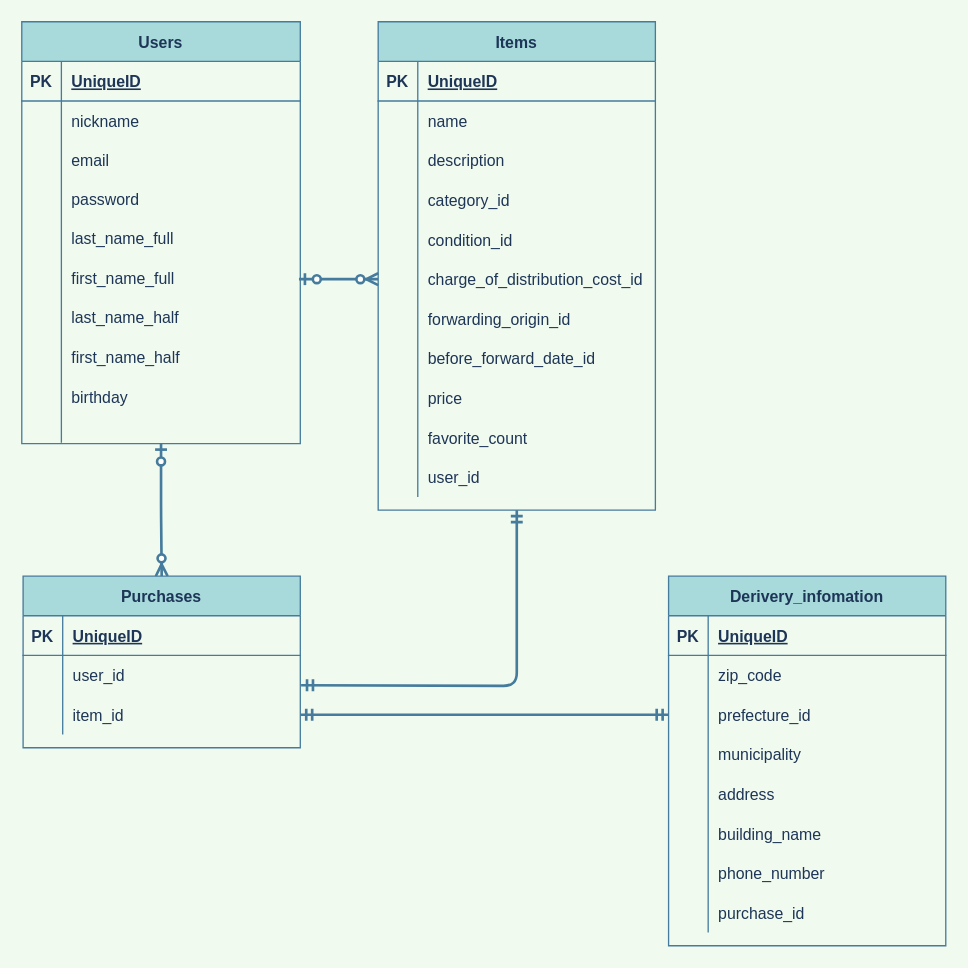
Above: ER.dio in konno-tech/furima-31063 (draw.io), before the change. Source tidied: cells renumbered, new cells numbered last; positions are measured from the earlier drawing's top-left corner, leaving out a move shared by most shapes. Both pictures are drawn from the tidied source at 132%, with x=0, y=0 at pixel (21, 21).
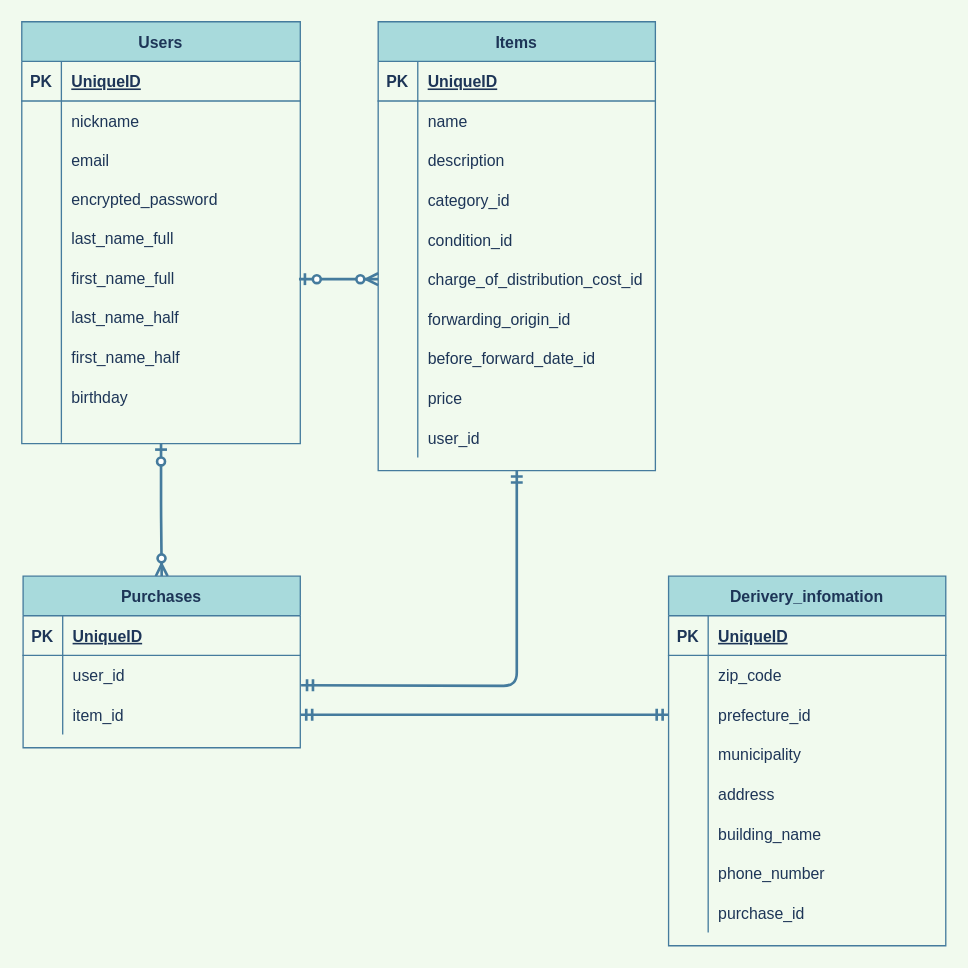
The same diagram, later.

Commit message (it also covers changes not shown here):
ER図・READMEへのテーブル設計記述_提出3回目

The change refers to these unchanged cells:
```xml
<mxCell id="12" style="shape=partialRectangle;fillColor=none;top=0;left=0;bottom=0;right=0;strokeColor=#457B9D;fontColor=#1D3557;" parent="2" vertex="1">
  <mxGeometry y="120" width="211" height="29" as="geometry" />
</mxCell>
```

The edit, as a diff of the source:
```diff
@@
-    <mxCell id="14" value="password" style="shape=partialRectangle;fillColor=none;top=0;left=0;bottom=0;right=0;align=left;spacingLeft=6;overflow=hidden;strokeColor=#457B9D;fontColor=#1D3557;" parent="12" vertex="1">
+    <mxCell id="14" value="encrypted_password" style="shape=partialRectangle;fillColor=none;top=0;left=0;bottom=0;right=0;align=left;spacingLeft=6;overflow=hidden;strokeColor=#457B9D;fontColor=#1D3557;" parent="12" vertex="1">
       <mxGeometry x="30" width="181" height="29" as="geometry" />
     </mxCell>
@@
     <mxCell id="35" value="Items" style="shape=table;startSize=30;childLayout=tableLayout;rowLines=0;fontStyle=1;align=center;fillColor=#A8DADC;strokeColor=#457B9D;fontColor=#1D3557;" parent="1" vertex="1">
-      <mxGeometry x="270" width="210" height="370" as="geometry" />
+      <mxGeometry x="270" width="210" height="340" as="geometry" />
     </mxCell>
@@
-    <mxCell id="63" style="shape=partialRectangle;fillColor=none;top=0;left=0;bottom=0;right=0;strokeColor=#457B9D;fontColor=#1D3557;" parent="35" vertex="1">
-      <mxGeometry y="300" width="210" height="30" as="geometry" />
-    </mxCell>
-    <mxCell id="64" style="shape=partialRectangle;fillColor=none;top=0;left=0;bottom=0;right=0;overflow=hidden;strokeColor=#457B9D;fontColor=#1D3557;" parent="63" vertex="1">
-      <mxGeometry width="30" height="30" as="geometry" />
-    </mxCell>
-    <mxCell id="65" value="favorite_count" style="shape=partialRectangle;fillColor=none;top=0;left=0;bottom=0;right=0;align=left;spacingLeft=6;overflow=hidden;strokeColor=#457B9D;fontColor=#1D3557;" parent="63" vertex="1">
-      <mxGeometry x="30" width="180" height="30" as="geometry" />
-    </mxCell>
     <mxCell id="66" style="shape=partialRectangle;fillColor=none;top=0;left=0;bottom=0;right=0;strokeColor=#457B9D;fontColor=#1D3557;" parent="35" vertex="1">
-      <mxGeometry y="330" width="210" height="30" as="geometry" />
+      <mxGeometry y="300" width="210" height="30" as="geometry" />
     </mxCell>
```
